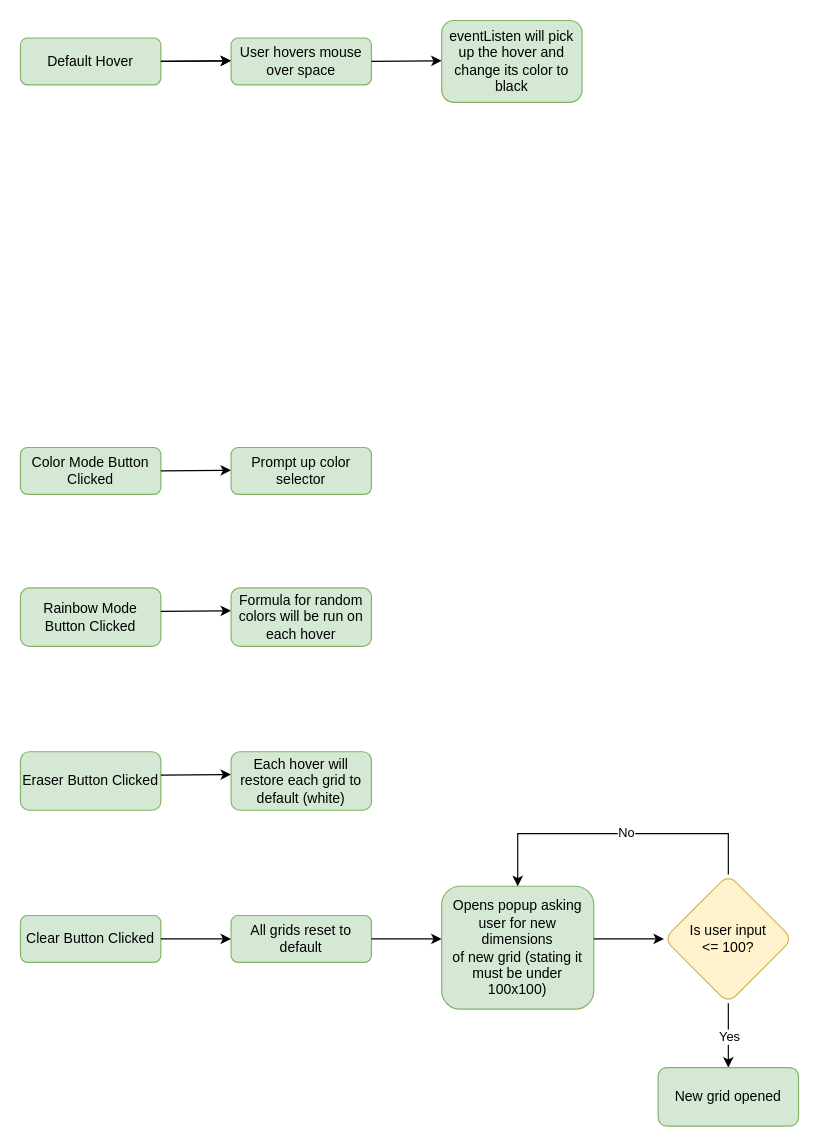
Above: Etch a Sketch FlowChart.drawio in xyzuka/Etch-a-Sketch (draw.io), before the change. Source tidied: cells renumbered, new cells numbered last; positions are measured from the earlier drawing's top-left corner, leaving out a move shared by most shapes. Both pictures are drawn from the tidied source at 117%, with x=0, y=0 at pixel (20, 20).
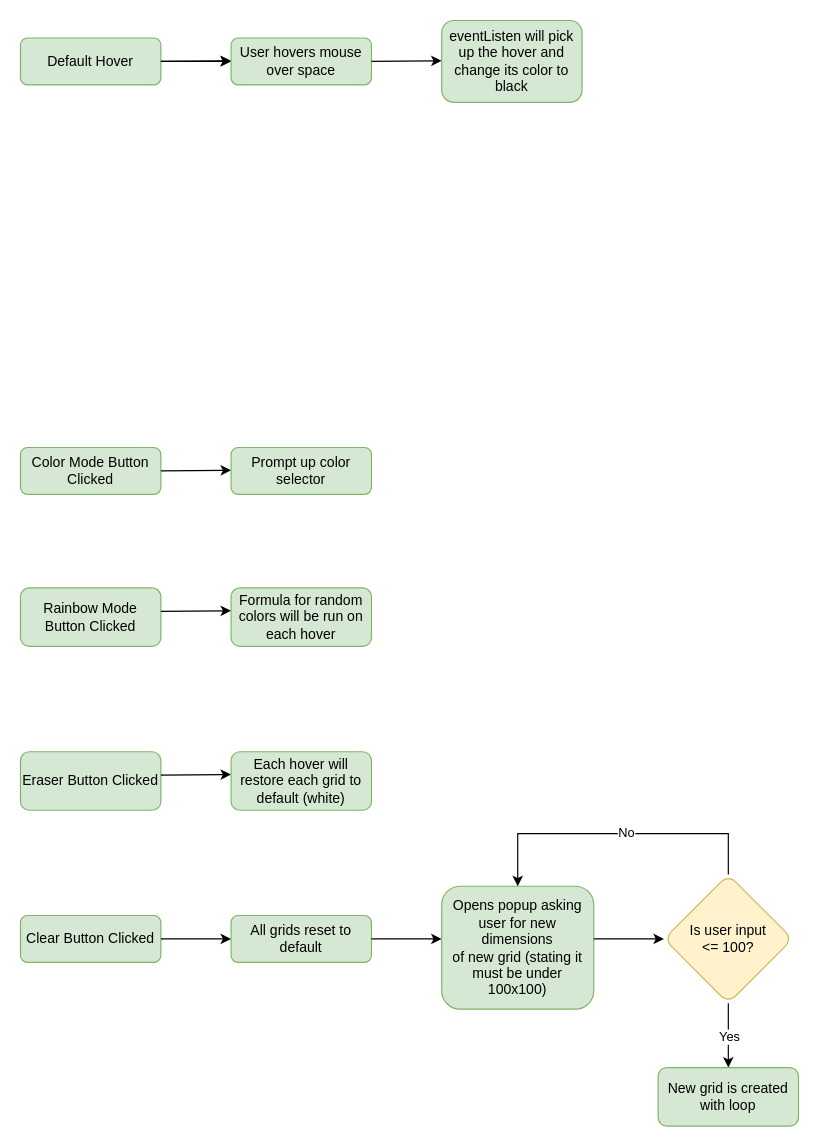
Above is the later version.

Unchanged cells that the change refers to:
```xml
<mxCell id="17" value="User hovers mouse over space" style="rounded=1;whiteSpace=wrap;html=1;fillColor=#d5e8d4;strokeColor=#82b366;" parent="1" vertex="1">
  <mxGeometry x="180" y="15" width="120" height="40" as="geometry" />
</mxCell>
```

What changed in the source:
```diff
@@
-    <mxCell id="16" style="endArrow=classic;html=1;rounded=0;shadow=0;" parent="1" edge="1">
+    <mxCell id="16" style="endArrow=classic;html=1;rounded=0;shadow=0;entryX=0;entryY=0.5;entryDx=0;entryDy=0;" parent="1" edge="1" target="17">
       <mxGeometry relative="1" as="geometry">
         <mxPoint x="120" y="35" as="sourcePoint" />
-        <mxPoint x="180" y="34.5" as="targetPoint" />
       </mxGeometry>
     </mxCell>
@@
-    <mxCell id="28" value="New grid opened" style="rounded=1;whiteSpace=wrap;html=1;fillColor=#d5e8d4;strokeColor=#82b366;" parent="1" vertex="1">
+    <mxCell id="28" value="New grid is created with loop" style="rounded=1;whiteSpace=wrap;html=1;fillColor=#d5e8d4;strokeColor=#82b366;" parent="1" vertex="1">
       <mxGeometry x="545" y="895" width="120" height="50" as="geometry" />
     </mxCell>
```
